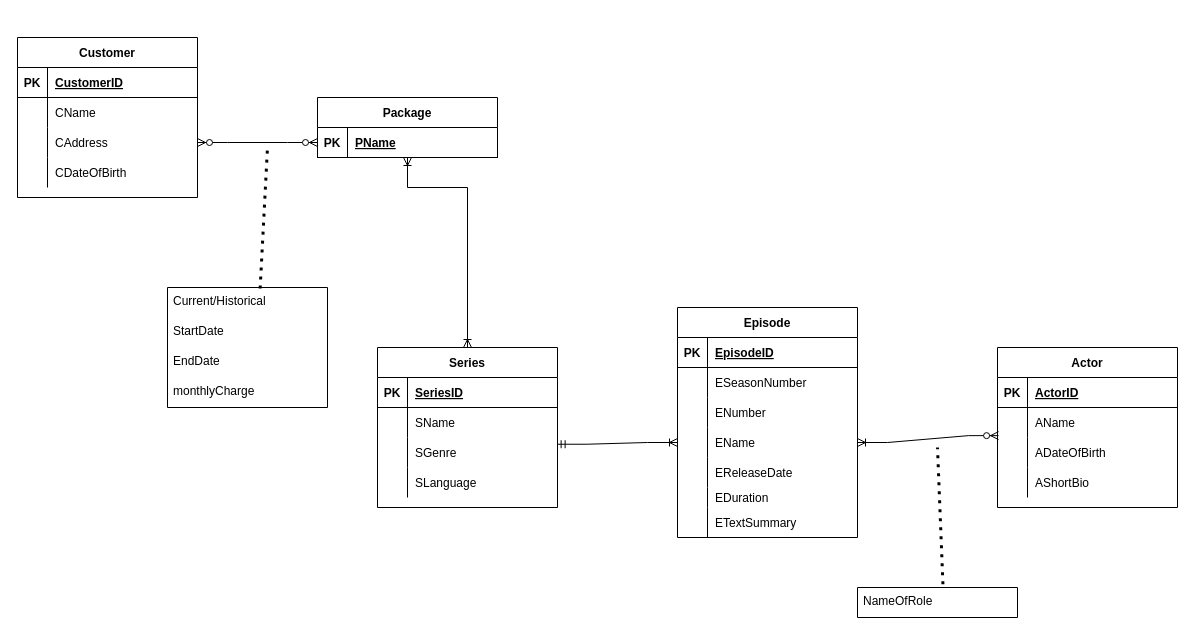
Earlier version of the draw.io diagram page "Page-3" (3 of 3) of practice.drawio (02powermax09/02powermax09). Source tidied: cells renumbered, new cells numbered last; positions are measured from the earlier drawing's top-left corner, leaving out a move shared by most shapes. Both pictures are drawn from the tidied source at 100%, with x=0, y=0 at pixel (17, 37).
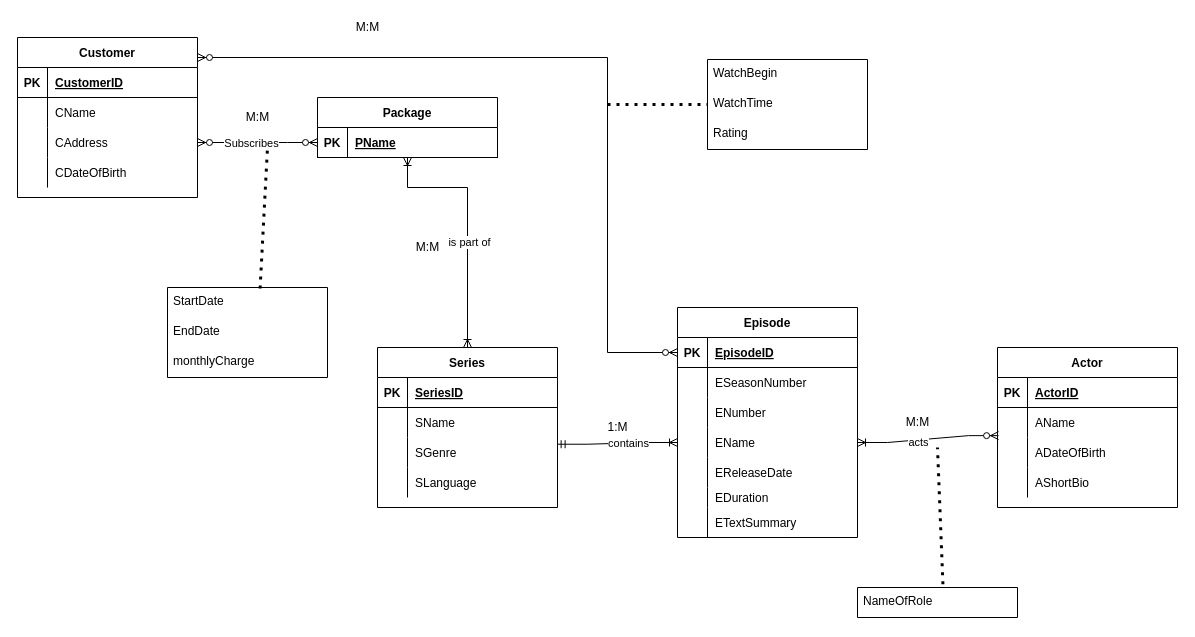
The same diagram, later.

The change refers to these unchanged cells:
```xml
<mxCell id="33" style="shape=partialRectangle;fillColor=none;top=0;left=0;bottom=1;right=0;points=[[0,0.5],[1,0.5]];portConstraint=eastwest;" parent="32" vertex="1">
  <mxGeometry y="30" width="180" height="30" as="geometry" />
</mxCell>
<mxCell id="67" style="edgeStyle=entityRelationEdgeStyle;fontSize=12;html=1;endArrow=ERzeroToMany;endFill=1;startArrow=ERzeroToMany;rounded=0;elbow=vertical;entryX=0;entryY=0.75;entryDx=0;entryDy=0;" parent="1" edge="1" source="9" target="15">
  <mxGeometry relative="1" as="geometry" />
</mxCell>
<mxCell id="68" style="edgeStyle=elbowEdgeStyle;fontSize=12;html=1;endArrow=ERoneToMany;startArrow=ERoneToMany;rounded=0;exitX=0.5;exitY=0;exitDx=0;exitDy=0;entryX=0.5;entryY=1;entryDx=0;entryDy=0;elbow=vertical;" parent="1" edge="1" source="19" target="15">
  <mxGeometry relative="1" as="geometry">
    <Array as="points">
      <mxPoint x="410" y="150" />
      <mxPoint x="330" y="310" />
      <mxPoint x="430" y="360" />
      <mxPoint x="420" y="330" />
    </Array>
  </mxGeometry>
</mxCell>
<mxCell id="69" style="edgeStyle=entityRelationEdgeStyle;fontSize=12;html=1;endArrow=ERoneToMany;startArrow=ERmandOne;rounded=0;elbow=vertical;exitX=0.998;exitY=0.224;exitDx=0;exitDy=0;exitPerimeter=0;entryX=0;entryY=0.5;entryDx=0;entryDy=0;" parent="1" edge="1" source="26" target="42">
  <mxGeometry relative="1" as="geometry" />
</mxCell>
<mxCell id="81" style="edgeStyle=entityRelationEdgeStyle;fontSize=12;html=1;endArrow=ERoneToMany;startArrow=ERzeroToMany;rounded=0;strokeWidth=1;elbow=vertical;exitX=0.006;exitY=-0.062;exitDx=0;exitDy=0;exitPerimeter=0;entryX=1;entryY=0.5;entryDx=0;entryDy=0;" parent="1" edge="1" source="61" target="42">
  <mxGeometry relative="1" as="geometry" />
</mxCell>
```

The edit, as a diff of the source:
```diff
@@
+    <mxCell id="82" value="Subscribes" style="edgeLabel;html=1;align=center;verticalAlign=middle;" parent="67" vertex="1">
+      <mxGeometry x="-0.12" relative="1" as="geometry" />
+    </mxCell>
@@
+    <mxCell id="83" value="is part of" style="edgeLabel;html=1;align=center;verticalAlign=middle;" parent="68" vertex="1">
+      <mxGeometry x="-0.15" y="-1" relative="1" as="geometry" />
+    </mxCell>
@@
+    <mxCell id="84" value="contains" style="edgeLabel;html=1;align=center;verticalAlign=middle;" parent="69" vertex="1">
+      <mxGeometry x="0.29" y="4" relative="1" as="geometry">
+        <mxPoint x="-7" y="4" as="offset" />
+      </mxGeometry>
+    </mxCell>
     <mxCell id="70" style="swimlane;fontStyle=0;horizontal=1;startSize=0;align=center;fontSize=14;" parent="1" vertex="1">
-      <mxGeometry x="150" y="250" width="160" height="120" as="geometry" />
+      <mxGeometry x="150" y="250" width="160" height="90" as="geometry" />
     </mxCell>
-    <mxCell id="71" value="Current/Historical" style="text;strokeColor=none;fillColor=none;spacingLeft=4;spacingRight=4;overflow=hidden;points=[[0,0.5],[1,0.5]];portConstraint=eastwest;fontSize=12;" parent="70" vertex="1">
-      <mxGeometry width="160" height="30" as="geometry" />
-    </mxCell>
     <mxCell id="72" value="StartDate" style="text;strokeColor=none;fillColor=none;spacingLeft=4;spacingRight=4;overflow=hidden;fontSize=12;" parent="70" vertex="1">
-      <mxGeometry y="30" width="160" height="30" as="geometry" />
+      <mxGeometry width="160" height="30" as="geometry" />
     </mxCell>
     <mxCell id="73" value="EndDate" style="text;strokeColor=none;fillColor=none;spacingLeft=4;spacingRight=4;overflow=hidden;fontSize=12;" parent="70" vertex="1">
-      <mxGeometry y="60" width="160" height="30" as="geometry" />
+      <mxGeometry y="30" width="160" height="30" as="geometry" />
     </mxCell>
     <mxCell id="74" value="monthlyCharge" style="text;strokeColor=none;fillColor=none;spacingLeft=4;spacingRight=4;overflow=hidden;fontSize=12;" parent="70" vertex="1">
-      <mxGeometry y="90" width="160" height="30" as="geometry" />
+      <mxGeometry y="60" width="160" height="30" as="geometry" />
     </mxCell>
-    <mxCell id="75" style="endArrow=none;html=1;rounded=0;dashed=1;dashPattern=1 2;elbow=vertical;exitX=0.579;exitY=0.033;exitDx=0;exitDy=0;exitPerimeter=0;strokeWidth=3;" parent="1" edge="1" source="71">
+    <mxCell id="75" style="endArrow=none;html=1;rounded=0;dashed=1;dashPattern=1 2;elbow=vertical;exitX=0.579;exitY=0.033;exitDx=0;exitDy=0;exitPerimeter=0;strokeWidth=3;" parent="1" edge="1">
       <mxGeometry relative="1" as="geometry">
+        <mxPoint x="242.6" y="251" as="sourcePoint" />
         <mxPoint x="250" y="110" as="targetPoint" />
       </mxGeometry>
     </mxCell>
@@
+    <mxCell id="85" value="acts" style="edgeLabel;html=1;align=center;verticalAlign=middle;" parent="81" vertex="1">
+      <mxGeometry x="0.14" y="1" relative="1" as="geometry">
+        <mxPoint y="1" as="offset" />
+      </mxGeometry>
+    </mxCell>
+    <mxCell id="86" style="edgeStyle=elbowEdgeStyle;fontSize=12;html=1;endArrow=ERzeroToMany;endFill=1;startArrow=ERzeroToMany;rounded=0;strokeWidth=1;" parent="1" edge="1" target="33">
+      <mxGeometry relative="1" as="geometry">
+        <mxPoint x="180" y="20" as="sourcePoint" />
+        <Array as="points">
+          <mxPoint x="590" y="150" />
+          <mxPoint x="560" y="110" />
+        </Array>
+      </mxGeometry>
+    </mxCell>
+    <mxCell id="87" style="swimlane;fontStyle=0;horizontal=1;startSize=0;align=center;fontSize=14;" parent="1" vertex="1">
+      <mxGeometry x="690" y="22" width="160" height="90" as="geometry" />
+    </mxCell>
+    <mxCell id="88" value="WatchBegin" style="text;strokeColor=none;fillColor=none;spacingLeft=4;spacingRight=4;overflow=hidden;fontSize=12;" parent="87" vertex="1">
+      <mxGeometry width="160" height="30" as="geometry" />
+    </mxCell>
+    <mxCell id="89" value="WatchTime" style="text;strokeColor=none;fillColor=none;spacingLeft=4;spacingRight=4;overflow=hidden;points=[[0,0.5],[1,0.5]];portConstraint=eastwest;fontSize=12;" parent="87" vertex="1">
+      <mxGeometry y="30" width="160" height="30" as="geometry" />
+    </mxCell>
+    <mxCell id="90" value="Rating" style="text;strokeColor=none;fillColor=none;spacingLeft=4;spacingRight=4;overflow=hidden;fontSize=12;" parent="87" vertex="1">
+      <mxGeometry y="60" width="160" height="30" as="geometry" />
+    </mxCell>
+    <mxCell id="91" style="endArrow=none;html=1;rounded=0;dashed=1;dashPattern=1 2;elbow=vertical;strokeWidth=3;entryX=0;entryY=0.5;entryDx=0;entryDy=0;" parent="1" edge="1" target="89">
+      <mxGeometry relative="1" as="geometry">
+        <mxPoint x="590" y="67" as="sourcePoint" />
+      </mxGeometry>
+    </mxCell>
+    <mxCell id="92" style="html=1;align=right;verticalAlign=bottom;" parent="91" vertex="1">
+      <mxGeometry x="1" relative="1" as="geometry" />
+    </mxCell>
+    <mxCell id="93" value="M:M" style="text;html=1;align=center;verticalAlign=middle;strokeColor=none;fillColor=none;" parent="1" vertex="1">
+      <mxGeometry x="330" y="-20" width="40" height="20" as="geometry" />
+    </mxCell>
+    <mxCell id="94" value="M:M" style="text;html=1;align=center;verticalAlign=middle;strokeColor=none;fillColor=none;" parent="1" vertex="1">
+      <mxGeometry x="220" y="70" width="40" height="20" as="geometry" />
+    </mxCell>
+    <mxCell id="95" value="M:M" style="text;html=1;align=center;verticalAlign=middle;strokeColor=none;fillColor=none;" parent="1" vertex="1">
+      <mxGeometry x="390" y="200" width="40" height="20" as="geometry" />
+    </mxCell>
+    <mxCell id="96" value="1:M" style="text;html=1;align=center;verticalAlign=middle;strokeColor=none;fillColor=none;" parent="1" vertex="1">
+      <mxGeometry x="580" y="380" width="40" height="20" as="geometry" />
+    </mxCell>
+    <mxCell id="97" value="M:M" style="text;html=1;align=center;verticalAlign=middle;strokeColor=none;fillColor=none;" parent="1" vertex="1">
+      <mxGeometry x="880" y="375" width="40" height="20" as="geometry" />
+    </mxCell>
```
